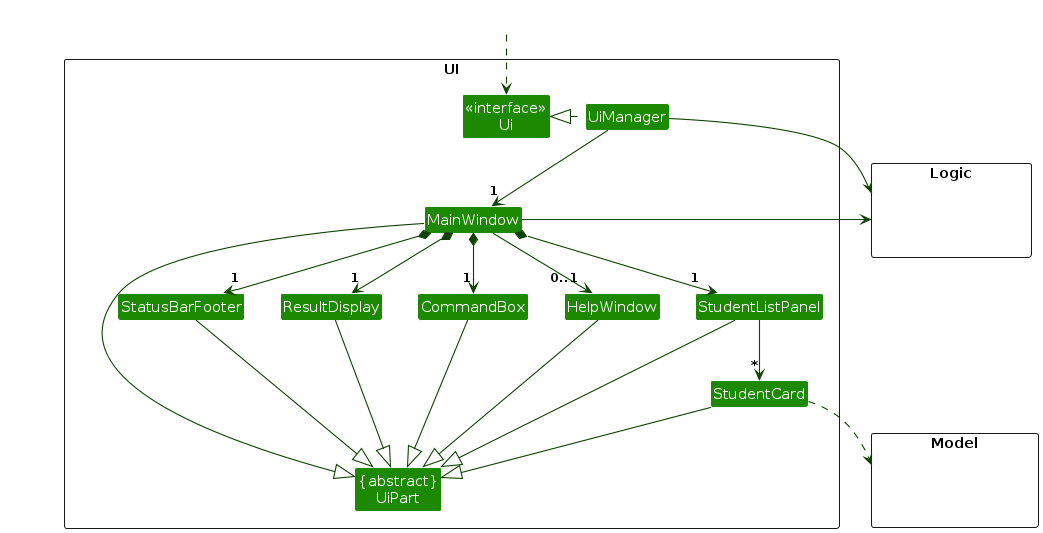
Earlier version of the PlantUML export diagrams/UiClassDiagram.png (Timenikhil/tp). Its source is kept beside it as diagrams/UiClassDiagram.puml.
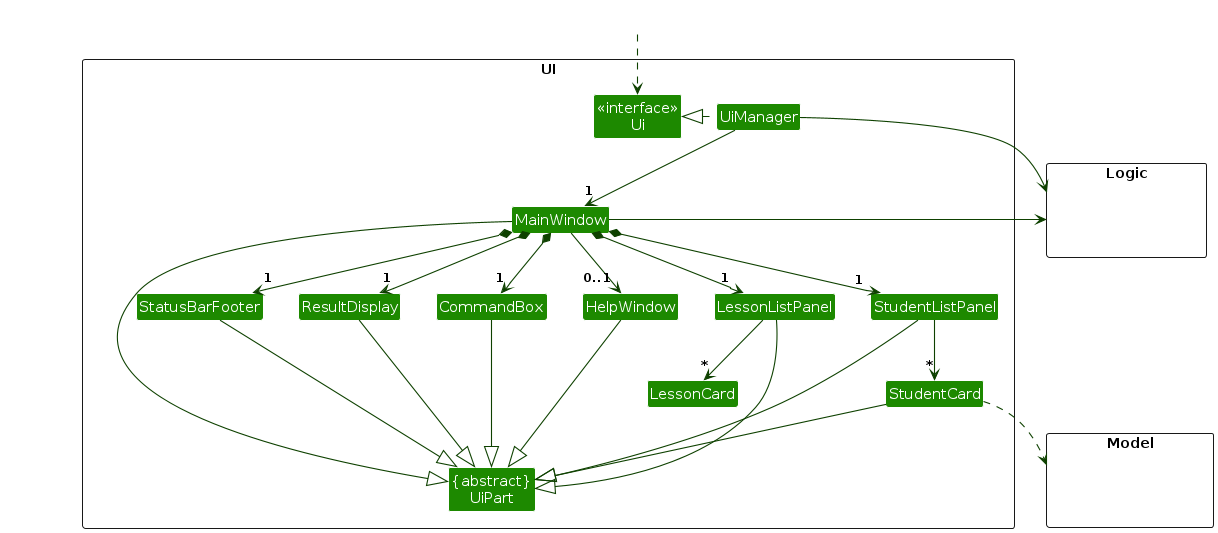
The same diagram one commit later.

The edit, as a diff of the source:
```diff
@@ -13,6 +13,8 @@
 Class ResultDisplay
 Class StudentListPanel
 Class StudentCard
+Class LessonListPanel
+Class LessonCard
 Class StatusBarFooter
 Class CommandBox
 }
@@ -34,15 +36,18 @@
 MainWindow *-down-> "1" ResultDisplay
 MainWindow *-down-> "1" StudentListPanel
 MainWindow *-down-> "1" StatusBarFooter
+MainWindow *-down-> "1" LessonListPanel
 MainWindow --> "0..1" HelpWindow
 
 StudentListPanel -down-> "*" StudentCard
+LessonListPanel -down-> "*" LessonCard
 
 MainWindow -left-|> UiPart
 
 ResultDisplay --|> UiPart
 CommandBox --|> UiPart
 StudentListPanel --|> UiPart
+LessonListPanel --|> UiPart
 StudentCard --|> UiPart
 StatusBarFooter --|> UiPart
 HelpWindow --|> UiPart
@@ -52,6 +57,7 @@
 MainWindow -left-> Logic
 
 StudentListPanel -[hidden]left- HelpWindow
+LessonListPanel -[hidden]left- HelpWindow
 HelpWindow -[hidden]left- CommandBox
 CommandBox -[hidden]left- ResultDisplay
 ResultDisplay -[hidden]left- StatusBarFooter
```
